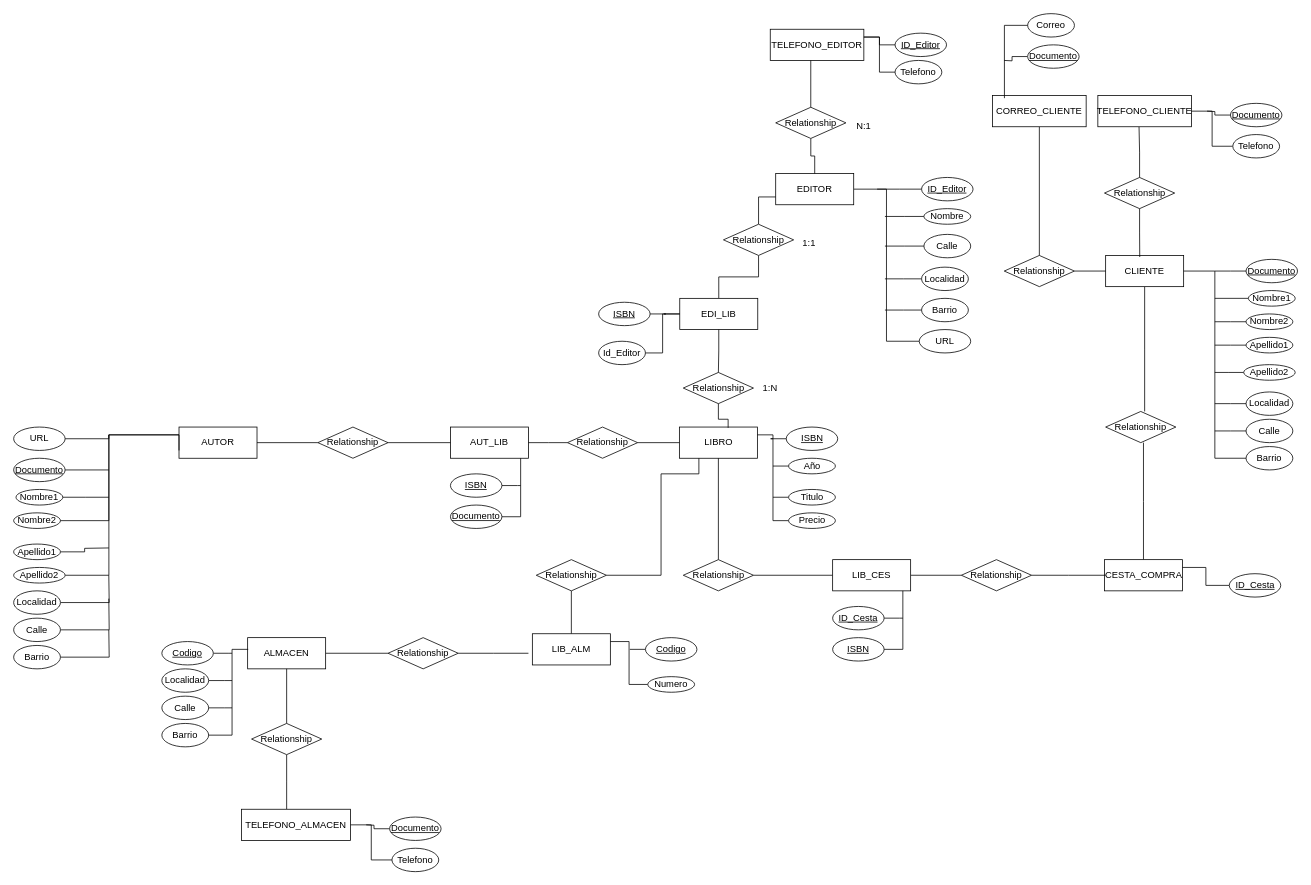
jcabarcasr/Investigaciones-DB1-DB2 keeps this draw.io diagram as Modelado/Taller1-BDD1.drawio. Above is the earlier version. Source tidied: cells renumbered, new cells numbered last; positions are measured from the earlier drawing's top-left corner, leaving out a move shared by most shapes. Both pictures are drawn from the tidied source at 78%, with x=0, y=0 at pixel (13, 13).
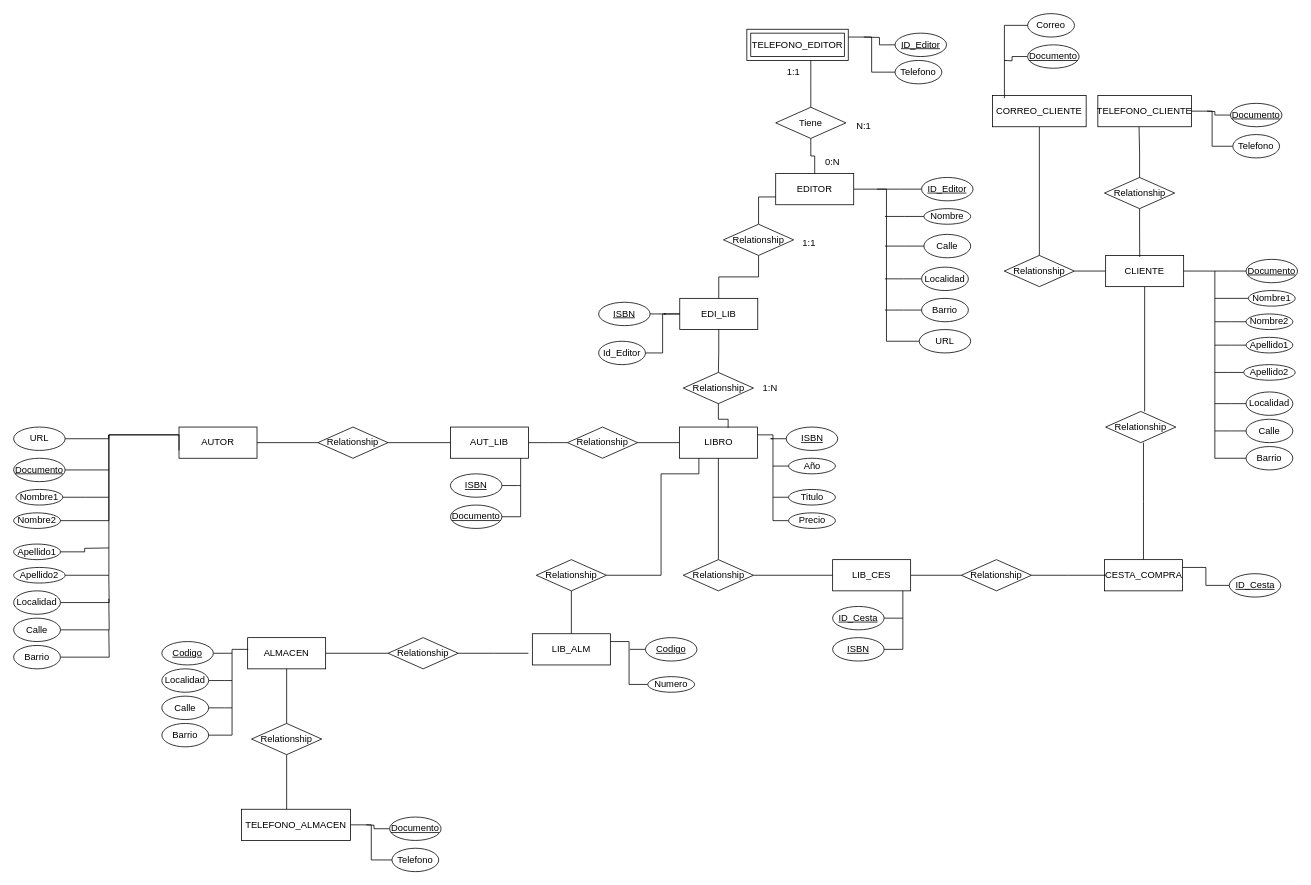
The same diagram, later.

Unchanged cells that the change refers to:
```xml
<mxCell id="91" style="group;" parent="1" vertex="1">
  <mxGeometry x="970" y="20" width="226" height="70" as="geometry" />
</mxCell>
<mxCell id="94" value="ID_Editor" style="ellipse;whiteSpace=wrap;html=1;align=center;fontStyle=4;" parent="91" vertex="1">
  <mxGeometry x="160" y="5" width="66" height="30" as="geometry" />
</mxCell>
```

What changed in the source:
```diff
@@
-    <mxCell id="92" value="TELEFONO_EDITOR" style="whiteSpace=wrap;html=1;align=center;" parent="91" vertex="1">
-      <mxGeometry width="120" height="40" as="geometry" />
-    </mxCell>
-    <mxCell id="93" style="edgeStyle=orthogonalEdgeStyle;rounded=0;jettySize=auto;html=1;entryX=1;entryY=0.25;entryDx=0;entryDy=0;endArrow=none;endFill=0;" parent="91" edge="1" source="94" target="92">
-      <mxGeometry relative="1" as="geometry" />
+    <mxCell id="93" style="edgeStyle=orthogonalEdgeStyle;rounded=0;jettySize=auto;html=1;entryX=1;entryY=0.25;entryDx=0;entryDy=0;endArrow=none;endFill=0;" parent="91" edge="1" source="94">
+      <mxGeometry relative="1" as="geometry">
+        <mxPoint x="120" y="10" as="targetPoint" />
+      </mxGeometry>
     </mxCell>
@@
+    <mxCell id="92" value="TELEFONO_EDITOR" style="shape=ext;margin=3;double=1;whiteSpace=wrap;html=1;align=center;" parent="91" vertex="1">
+      <mxGeometry x="-30" width="130" height="40" as="geometry" />
+    </mxCell>
+    <mxCell id="165" value="1:1" style="text;html=1;whiteSpace=wrap;strokeColor=none;fillColor=none;align=center;verticalAlign=middle;rounded=0;" parent="91" vertex="1">
+      <mxGeometry y="40" width="60" height="30" as="geometry" />
+    </mxCell>
@@
-    <mxCell id="98" value="Relationship" style="shape=rhombus;perimeter=rhombusPerimeter;whiteSpace=wrap;html=1;align=center;" parent="1" vertex="1">
+    <mxCell id="98" value="Tiene" style="shape=rhombus;perimeter=rhombusPerimeter;whiteSpace=wrap;html=1;align=center;" parent="1" vertex="1">
       <mxGeometry x="977" y="120" width="90" height="40" as="geometry" />
     </mxCell>
@@
-    <mxCell id="137" style="edgeStyle=orthogonalEdgeStyle;rounded=0;jettySize=auto;html=1;entryX=0.433;entryY=1;entryDx=0;entryDy=0;entryPerimeter=0;endArrow=none;endFill=0;" parent="1" edge="1" source="98" target="92">
-      <mxGeometry relative="1" as="geometry" />
+    <mxCell id="137" style="edgeStyle=orthogonalEdgeStyle;rounded=0;jettySize=auto;html=1;entryX=0.433;entryY=1;entryDx=0;entryDy=0;entryPerimeter=0;endArrow=none;endFill=0;" parent="1" edge="1" source="98">
+      <mxGeometry relative="1" as="geometry">
+        <mxPoint x="1022" y="60" as="targetPoint" />
+      </mxGeometry>
     </mxCell>
@@
-    <mxCell id="143" value="CORREO_CLIENTE" style="whiteSpace=wrap;html=1;align=center;" parent="1" vertex="1">
+    <mxCell id="143" value="CORREO_CLIENTE" style="whiteSpace=wrap;html=1;align=center;double=1;" parent="1" vertex="1">
       <mxGeometry x="1255" y="105" width="120" height="40" as="geometry" />
     </mxCell>
@@
+    <mxCell id="166" value="0:N" style="text;html=1;whiteSpace=wrap;strokeColor=none;fillColor=none;align=center;verticalAlign=middle;rounded=0;" parent="1" vertex="1">
+      <mxGeometry x="1020" y="175" width="60" height="30" as="geometry" />
+    </mxCell>
```
